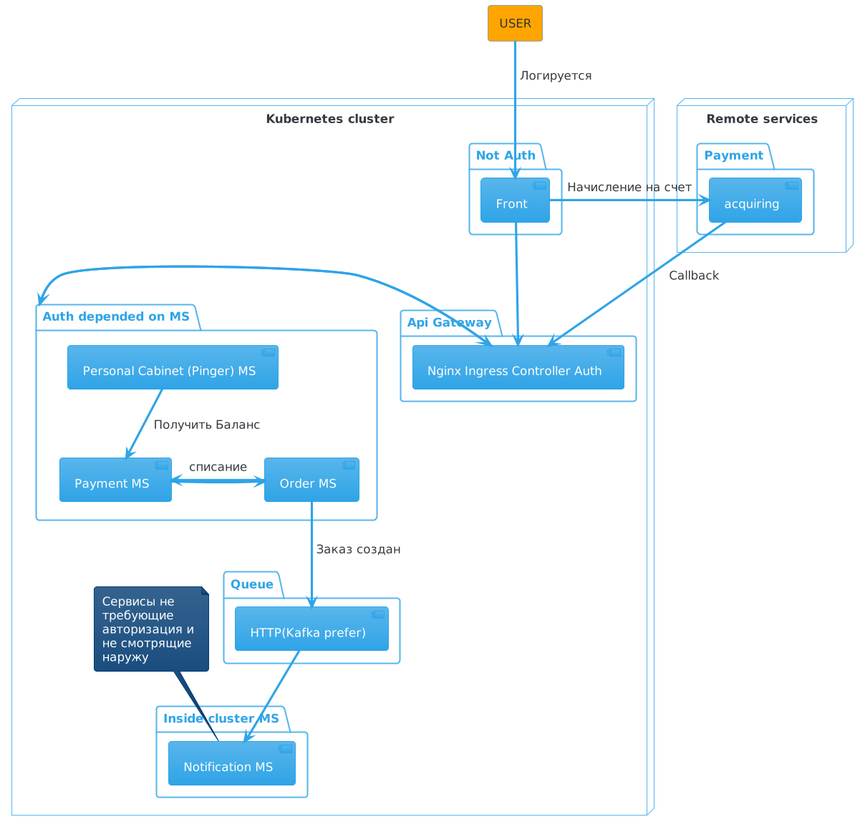
The PlantUML diagram cluster.png in kvvvseins/microservices, before a commit. Source of this version:
```plantuml
@startuml
!include https://raw.githubusercontent.com/bschwarz/puml-themes/master/themes/cerulean/puml-theme-cerulean.puml

skinparam defaultFontSize 16
agent USER

node "Kubernetes cluster" {
    package "Not Auth" {
        [USER] --> [Front] : Логируется
    }

    package "Auth depended on MS" {
        [Personal Cabinet (Pinger) MS]
        [Order MS] -> [Payment MS] : списание
        [Payment MS] -> [Order MS]
        [Personal Cabinet (Pinger) MS] --> [Payment MS] : Получить Баланс
    }

    package "Queue" {
        [Order MS] --> [HTTP(Kafka prefer)] : Заказ создан
    }

    package "Inside cluster MS" {
        [HTTP(Kafka prefer)] --> [Notification MS]
    }
    note top
     Сервисы не
     требующие
     авторизация и
     не смотрящие
     наружу
    end note

    package "Api Gateway" {
        [Front] --> [Nginx Ingress Controller Auth]
        [Nginx Ingress Controller Auth] -> [Auth depended on MS]
        [Auth depended on MS] -> [Nginx Ingress Controller Auth]
    }
}

node "Remote services" {
    package "Payment" {
        [Front] --> [acquiring] : Начисление на счет
        [acquiring] --> [Nginx Ingress Controller Auth] : Callback
    }
}
@enduml
```
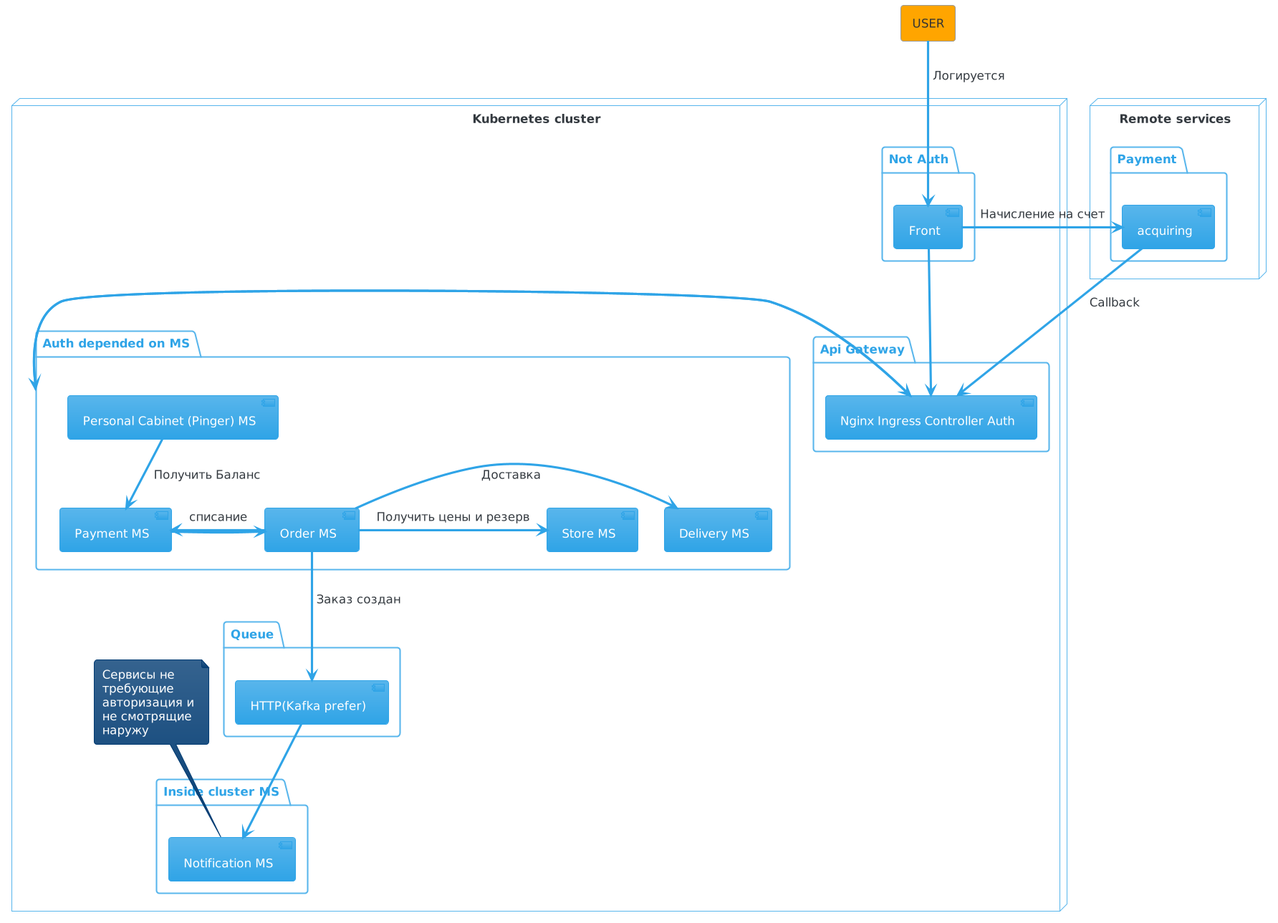
After the change.

What changed in the source:
```diff
@@ -12,6 +12,8 @@
     package "Auth depended on MS" {
         [Personal Cabinet (Pinger) MS]
         [Order MS] -> [Payment MS] : списание
+        [Order MS] -> [Store MS] : Получить цены и резерв
+        [Order MS] -> [Delivery MS] : Доставка
         [Payment MS] -> [Order MS]
         [Personal Cabinet (Pinger) MS] --> [Payment MS] : Получить Баланс
     }
```
